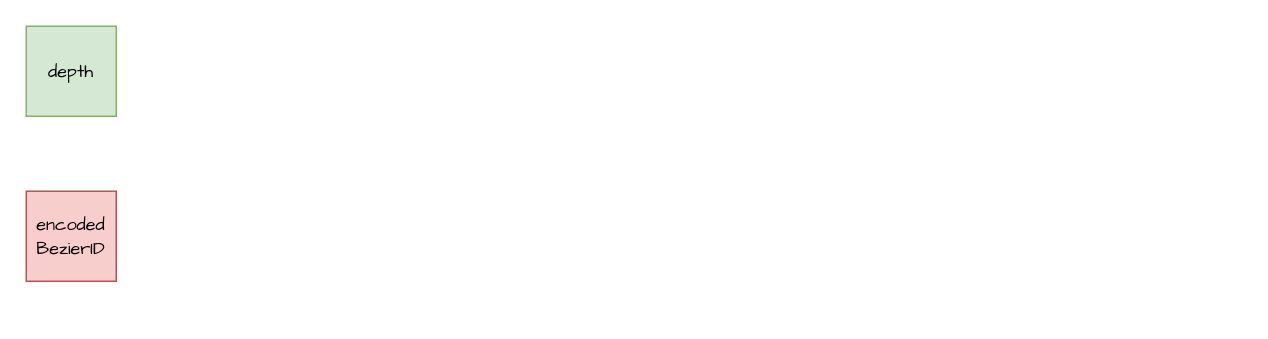
The draw.io diagram network.drawio in spaceboy202105/img, before the edit. Source tidied: cells renumbered, new cells numbered last; positions are measured from the earlier drawing's top-left corner, leaving out a move shared by most shapes. Both pictures are drawn from the tidied source at 150%, with x=0, y=0 at pixel (26, 26). Pictures stored in the file or linked from it are replaced by grey dashed boxes.
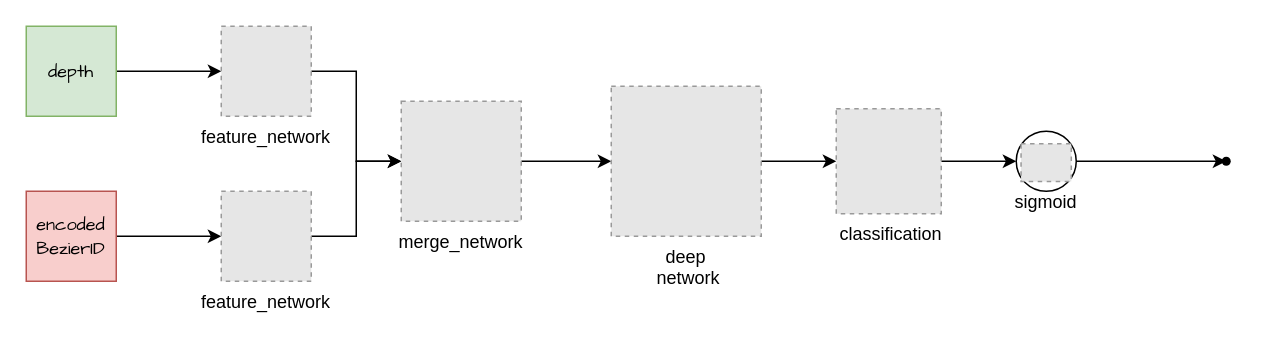
The same page after the edit.

Unchanged cells that the change refers to:
```xml
<mxCell id="2" value="&lt;font face=&quot;Comic Sans MS&quot;&gt;depth&lt;/font&gt;" style="rounded=0;whiteSpace=wrap;html=1;fillColor=#d5e8d4;strokeColor=#82b366;" parent="1" vertex="1">
  <mxGeometry width="60" height="60" as="geometry" />
</mxCell>
<mxCell id="3" value="&lt;font face=&quot;Comic Sans MS&quot;&gt;encoded&lt;/font&gt;&lt;div&gt;&lt;font face=&quot;Comic Sans MS&quot;&gt;BezierID&lt;/font&gt;&lt;/div&gt;" style="rounded=0;whiteSpace=wrap;html=1;fillColor=#f8cecc;strokeColor=#b85450;" parent="1" vertex="1">
  <mxGeometry y="110" width="60" height="60" as="geometry" />
</mxCell>
```

The edit, as a diff of the source:
```diff
@@
+    <mxCell id="4" style="edgeStyle=orthogonalEdgeStyle;rounded=0;jettySize=auto;html=1;" parent="1" edge="1" source="2" target="9">
+      <mxGeometry relative="1" as="geometry" />
+    </mxCell>
@@
+    <mxCell id="5" style="edgeStyle=orthogonalEdgeStyle;rounded=0;jettySize=auto;html=1;" parent="1" edge="1" source="3" target="7">
+      <mxGeometry relative="1" as="geometry" />
+    </mxCell>
@@
+    <mxCell id="6" style="edgeStyle=orthogonalEdgeStyle;rounded=0;jettySize=auto;html=1;exitX=1;exitY=0.5;exitDx=0;exitDy=0;" parent="1" edge="1" source="7" target="11">
+      <mxGeometry relative="1" as="geometry" />
+    </mxCell>
+    <mxCell id="7" value="feature_network" style="fillColor=#E6E6E6;strokeColor=#999999;dashed=1;verticalLabelPosition=bottom;labelBackgroundColor=default;verticalAlign=top;" parent="1" vertex="1">
+      <mxGeometry x="130" y="110" width="60" height="60" as="geometry" />
+    </mxCell>
+    <mxCell id="8" style="edgeStyle=orthogonalEdgeStyle;rounded=0;jettySize=auto;html=1;entryX=0;entryY=0.5;entryDx=0;entryDy=0;" parent="1" edge="1" source="9" target="11">
+      <mxGeometry relative="1" as="geometry" />
+    </mxCell>
+    <mxCell id="9" value="feature_network" style="fillColor=#E6E6E6;strokeColor=#999999;dashed=1;verticalLabelPosition=bottom;labelBackgroundColor=default;verticalAlign=top;" parent="1" vertex="1">
+      <mxGeometry x="130" width="60" height="60" as="geometry" />
+    </mxCell>
+    <mxCell id="10" style="edgeStyle=orthogonalEdgeStyle;rounded=0;jettySize=auto;html=1;" parent="1" edge="1" source="11" target="13">
+      <mxGeometry relative="1" as="geometry" />
+    </mxCell>
+    <mxCell id="11" value="merge_network" style="fillColor=#E6E6E6;strokeColor=#999999;dashed=1;verticalLabelPosition=bottom;labelBackgroundColor=default;verticalAlign=top;" parent="1" vertex="1">
+      <mxGeometry x="250" y="50" width="80" height="80" as="geometry" />
+    </mxCell>
+    <mxCell id="12" style="edgeStyle=orthogonalEdgeStyle;rounded=0;jettySize=auto;html=1;" parent="1" edge="1" source="13" target="15">
+      <mxGeometry relative="1" as="geometry" />
+    </mxCell>
+    <mxCell id="13" value="deep&#10; network" style="fillColor=#E6E6E6;strokeColor=#999999;dashed=1;verticalLabelPosition=bottom;labelBackgroundColor=default;verticalAlign=top;" parent="1" vertex="1">
+      <mxGeometry x="390" y="40" width="100" height="100" as="geometry" />
+    </mxCell>
+    <mxCell id="14" style="edgeStyle=orthogonalEdgeStyle;rounded=0;jettySize=auto;html=1;" parent="1" edge="1" source="15" target="17">
+      <mxGeometry relative="1" as="geometry" />
+    </mxCell>
+    <mxCell id="15" value=" classification" style="fillColor=#E6E6E6;strokeColor=#999999;dashed=1;verticalLabelPosition=bottom;labelBackgroundColor=default;verticalAlign=top;" parent="1" vertex="1">
+      <mxGeometry x="540" y="55" width="70" height="70" as="geometry" />
+    </mxCell>
+    <mxCell id="16" style="group;" parent="1" vertex="1">
+      <mxGeometry x="660" y="70" width="40" height="45" as="geometry" />
+    </mxCell>
+    <mxCell id="17" style="ellipse;whiteSpace=wrap;html=1;fillColor=none;" parent="16" vertex="1">
+      <mxGeometry width="40" height="40" as="geometry" />
+    </mxCell>
+    <mxCell id="18" value="sigmoid" style="fillColor=#E6E6E6;strokeColor=#999999;dashed=1;verticalLabelPosition=bottom;labelBackgroundColor=default;verticalAlign=top;" parent="16" vertex="1">
+      <mxGeometry x="3.2" y="8.4" width="33.5" height="25.1" as="geometry" />
+    </mxCell>
+    <mxCell id="19" style="shape=waypoint;sketch=0;size=6;points=[];fillColor=none;perimeter=centerPerimeter;snapToPoint=1;" parent="1" vertex="1">
+      <mxGeometry x="790" y="80" width="20" height="20" as="geometry" />
+    </mxCell>
+    <mxCell id="20" style="edgeStyle=orthogonalEdgeStyle;rounded=0;jettySize=auto;html=1;" parent="1" edge="1" source="17" target="19">
+      <mxGeometry relative="1" as="geometry" />
+    </mxCell>
```
